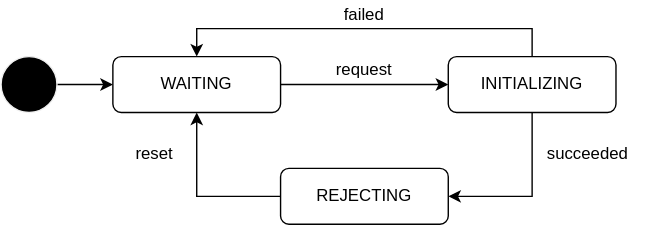
This is pr-7/design/autoware-interfaces/ad-api/data/pose-initialization-state.drawio.svg from tier4/autoware-documentation, a draw.io export, as it was before one commit. Source tidied: cells renumbered, new cells last; positions are measured from the earlier drawing's top-left corner, leaving out a move shared by most shapes.
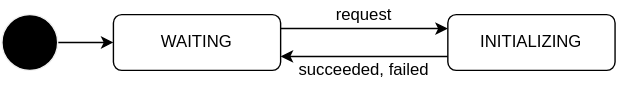
Above is the later version.

The edit, as a diff of the source:
```diff
@@ -8,51 +8,33 @@
     <mxCell id="3" style="shape=ellipse;html=1;fillColor=#000000;fontSize=18;fontColor=#ffffff;strokeColor=#F0F0F0;" parent="1" vertex="1">
       <mxGeometry y="40" width="40" height="40" as="geometry" />
     </mxCell>
-    <mxCell id="4" style="edgeStyle=orthogonalEdgeStyle;rounded=0;html=1;" parent="1" edge="1" source="5" target="7">
-      <mxGeometry relative="1" as="geometry">
-        <Array as="points">
-          <mxPoint x="140" y="140" />
-        </Array>
-      </mxGeometry>
-    </mxCell>
-    <mxCell id="5" value="REJECTING" style="rounded=1;whiteSpace=wrap;html=1;" parent="1" vertex="1">
-      <mxGeometry x="200" y="120" width="120" height="40" as="geometry" />
-    </mxCell>
-    <mxCell id="6" style="edgeStyle=none;html=1;" parent="1" edge="1" source="7" target="10">
-      <mxGeometry relative="1" as="geometry" />
+    <mxCell id="6" style="edgeStyle=orthogonalEdgeStyle;html=1;rounded=0;" parent="1" edge="1" source="7" target="10">
+      <mxGeometry relative="1" as="geometry">
+        <Array as="points">
+          <mxPoint x="260" y="50" />
+          <mxPoint x="260" y="50" />
+        </Array>
+      </mxGeometry>
     </mxCell>
     <mxCell id="7" value="WAITING" style="rounded=1;whiteSpace=wrap;html=1;" parent="1" vertex="1">
       <mxGeometry x="80" y="40" width="120" height="40" as="geometry" />
     </mxCell>
-    <mxCell id="8" style="edgeStyle=orthogonalEdgeStyle;html=1;rounded=0;" parent="1" edge="1" source="10" target="5">
-      <mxGeometry relative="1" as="geometry">
-        <Array as="points">
-          <mxPoint x="380" y="140" />
-        </Array>
-      </mxGeometry>
-    </mxCell>
-    <mxCell id="9" style="edgeStyle=orthogonalEdgeStyle;rounded=0;html=1;entryX=0.5;entryY=0;entryDx=0;entryDy=0;endArrow=classic;endFill=1;" parent="1" edge="1" source="10" target="7">
+    <mxCell id="9" style="edgeStyle=orthogonalEdgeStyle;rounded=0;html=1;entryX=1;entryY=0.75;entryDx=0;entryDy=0;" parent="1" edge="1" source="10" target="7">
       <mxGeometry relative="1" as="geometry">
         <Array as="points">
-          <mxPoint x="380" y="20" />
-          <mxPoint x="140" y="20" />
+          <mxPoint x="290" y="70" />
+          <mxPoint x="290" y="70" />
         </Array>
       </mxGeometry>
     </mxCell>
     <mxCell id="10" value="INITIALIZING" style="rounded=1;whiteSpace=wrap;html=1;" parent="1" vertex="1">
       <mxGeometry x="320" y="40" width="120" height="40" as="geometry" />
     </mxCell>
-    <mxCell id="11" value="reset" style="text;html=1;strokeColor=none;fillColor=none;align=center;verticalAlign=middle;whiteSpace=wrap;rounded=0;" parent="1" vertex="1">
-      <mxGeometry x="80" y="100" width="60" height="20" as="geometry" />
-    </mxCell>
-    <mxCell id="12" value="succeeded" style="text;html=1;strokeColor=none;fillColor=none;align=center;verticalAlign=middle;whiteSpace=wrap;rounded=0;" parent="1" vertex="1">
-      <mxGeometry x="380" y="100" width="80" height="20" as="geometry" />
-    </mxCell>
     <mxCell id="13" value="request" style="text;html=1;strokeColor=none;fillColor=none;align=center;verticalAlign=middle;whiteSpace=wrap;rounded=0;" parent="1" vertex="1">
-      <mxGeometry x="200" y="40" width="120" height="20" as="geometry" />
+      <mxGeometry x="200" y="30" width="120" height="20" as="geometry" />
     </mxCell>
-    <mxCell id="14" value="failed" style="text;html=1;strokeColor=none;fillColor=none;align=center;verticalAlign=middle;whiteSpace=wrap;rounded=0;" parent="1" vertex="1">
-      <mxGeometry x="200" width="120" height="20" as="geometry" />
+    <mxCell id="14" value="succeeded, failed" style="text;html=1;strokeColor=none;fillColor=none;align=center;verticalAlign=middle;whiteSpace=wrap;rounded=0;" parent="1" vertex="1">
+      <mxGeometry x="200" y="70" width="120" height="20" as="geometry" />
     </mxCell>
   </root>
 </mxGraphModel>
```
